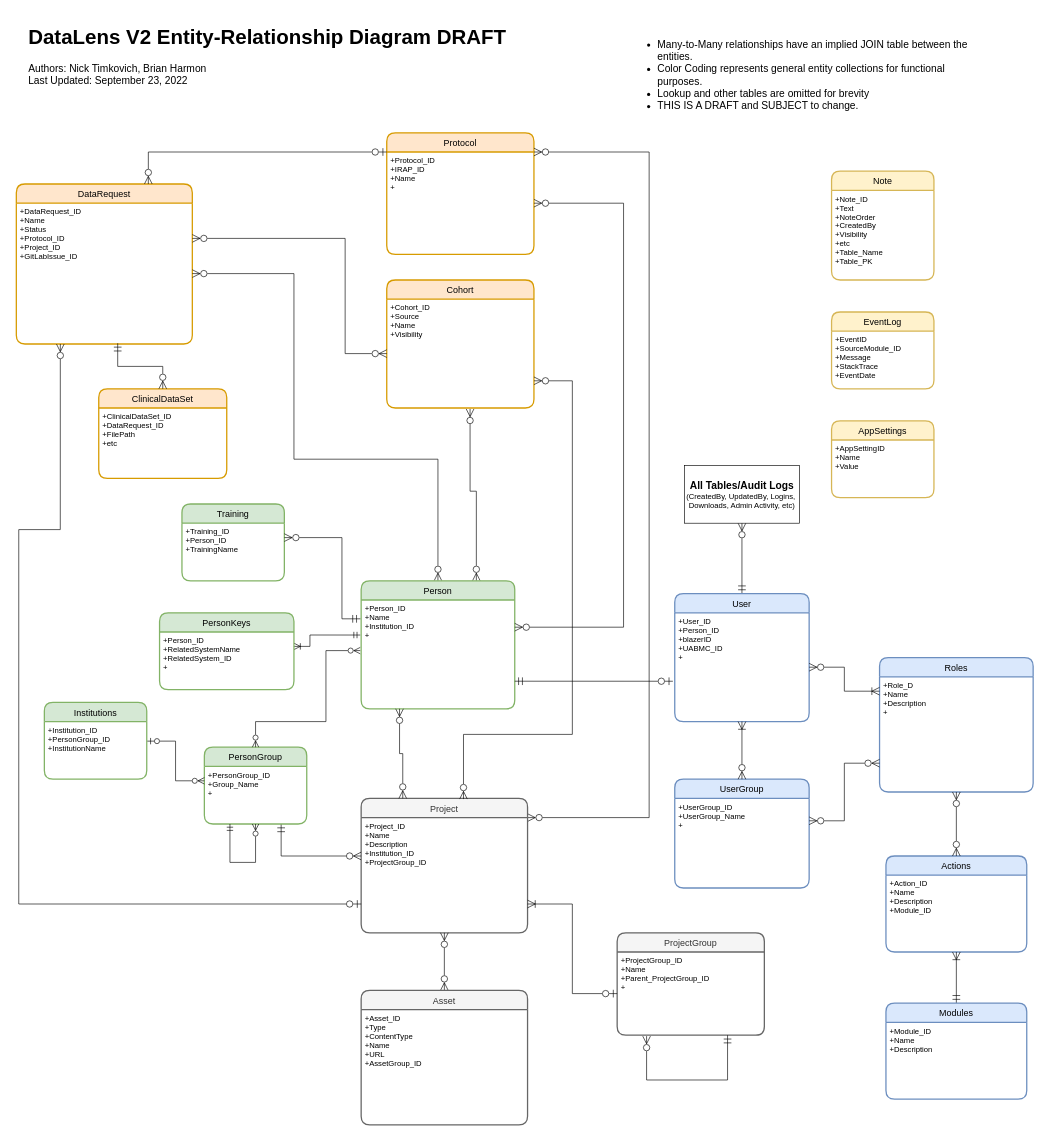
Above: page "Expanded with no Junction Tables" (1 of 2) of DataLens V2 ERD.drawio in ntimkovich/UAB-II-Diagrams (draw.io), before the change. Source tidied: cells renumbered, new cells numbered last; positions are measured from the earlier drawing's top-left corner, leaving out a move shared by most shapes. Both pictures are drawn from the tidied source at 64%, with x=0, y=0 at pixel (16, 17).
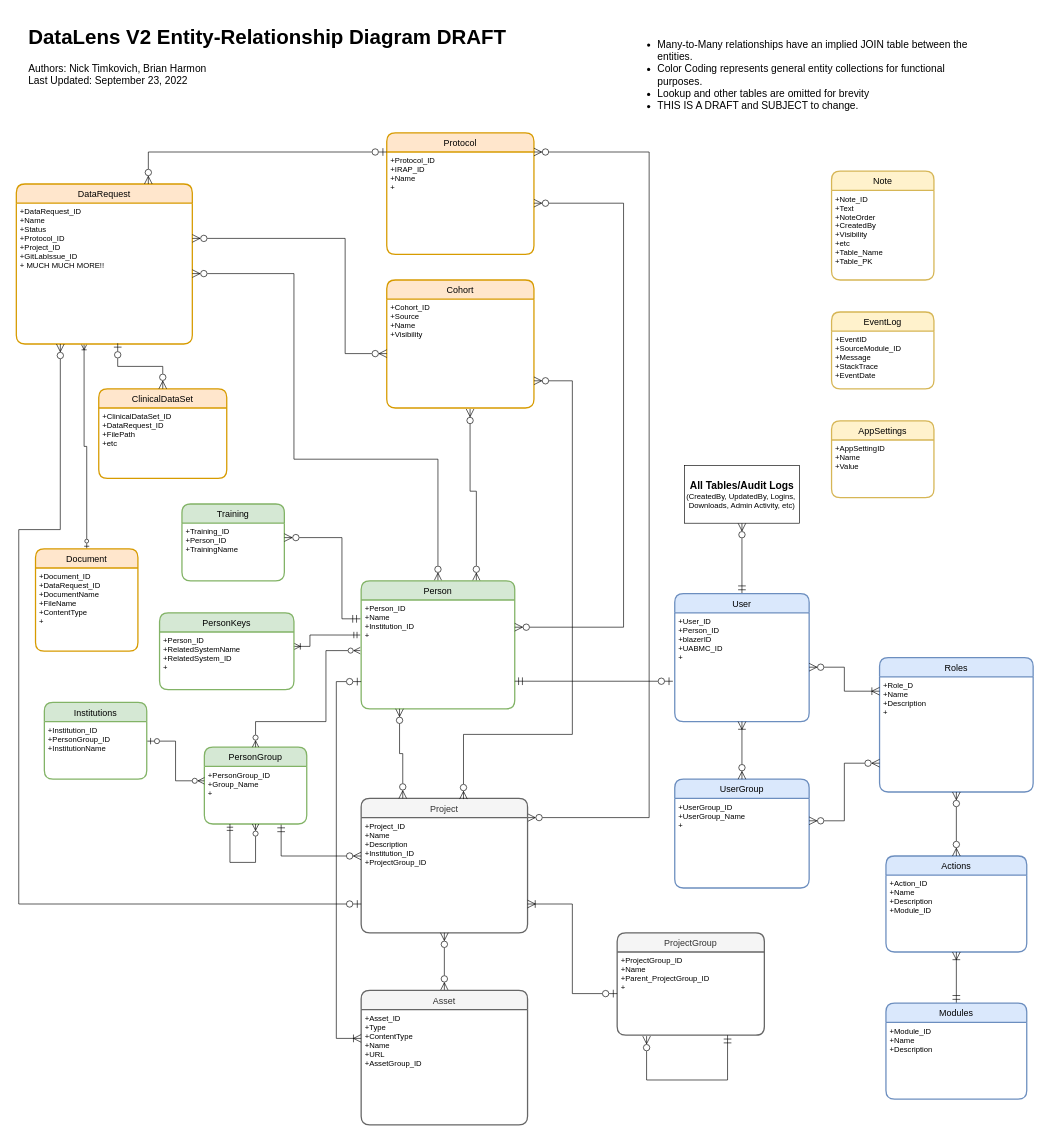
The same diagram, later.

Commit message:
Changes from comments during 9-27-2022 team meeting on the ERD

Unchanged cells that the change refers to:
```xml
<mxCell id="2" value="DataRequest" style="swimlane;horizontal=1;startSize=30;rounded=1;fontSize=14;fontStyle=0;strokeWidth=2;shadow=0;dashed=0;align=center;fillColor=#ffe6cc;strokeColor=#d79b00;" parent="1" vertex="1">
  <mxGeometry y="260" width="275" height="250" as="geometry" />
</mxCell>
<mxCell id="11" value="+Person_ID&#10;+Name&#10;+Institution_ID&#10;+" style="align=left;strokeColor=none;fillColor=none;spacingLeft=4;fontSize=12;verticalAlign=top;" parent="10" vertex="1">
  <mxGeometry y="30" width="240" height="170" as="geometry" />
</mxCell>
<mxCell id="23" value="+Asset_ID&#10;+Type&#10;+ContentType&#10;+Name&#10;+URL&#10;+AssetGroup_ID" style="align=left;strokeColor=none;fillColor=none;spacingLeft=4;fontSize=12;verticalAlign=top;" parent="22" vertex="1">
  <mxGeometry y="30" width="260" height="180" as="geometry" />
</mxCell>
<mxCell id="38" value="ClinicalDataSet" style="swimlane;horizontal=1;startSize=30;rounded=1;fontSize=14;fontStyle=0;strokeWidth=2;shadow=0;dashed=0;align=center;fillColor=#ffe6cc;strokeColor=#d79b00;" parent="1" vertex="1">
  <mxGeometry x="128.8" y="580" width="200" height="140" as="geometry" />
</mxCell>
```

Change to the diagram source:
```diff
@@
-    <mxCell id="3" value="+DataRequest_ID&#10;+Name&#10;+Status&#10;+Protocol_ID&#10;+Project_ID&#10;+GitLabIssue_ID" style="align=left;strokeColor=none;fillColor=none;spacingLeft=4;fontSize=12;verticalAlign=top;" parent="2" vertex="1">
+    <mxCell id="3" value="+DataRequest_ID&#10;+Name&#10;+Status&#10;+Protocol_ID&#10;+Project_ID&#10;+GitLabIssue_ID&#10;+ MUCH MUCH MORE!!" style="align=left;strokeColor=none;fillColor=none;spacingLeft=4;fontSize=12;verticalAlign=top;" parent="2" vertex="1">
       <mxGeometry y="30" width="275" height="220" as="geometry" />
     </mxCell>
@@
-    <mxCell id="40" style="edgeStyle=orthogonalEdgeStyle;rounded=0;jettySize=auto;html=1;entryX=0.5;entryY=0;entryDx=0;entryDy=0;startArrow=ERmandOne;startFill=0;endArrow=ERzeroToMany;endFill=0;endSize=10;startSize=10;exitX=0.576;exitY=0.995;exitDx=0;exitDy=0;exitPerimeter=0;" parent="1" edge="1" source="3" target="38">
+    <mxCell id="40" style="edgeStyle=orthogonalEdgeStyle;rounded=0;jettySize=auto;html=1;entryX=0.5;entryY=0;entryDx=0;entryDy=0;startArrow=ERzeroToOne;startFill=0;endArrow=ERzeroToMany;endFill=0;endSize=10;startSize=10;exitX=0.576;exitY=0.995;exitDx=0;exitDy=0;exitPerimeter=0;" parent="1" edge="1" source="3" target="38">
       <mxGeometry relative="1" as="geometry" />
     </mxCell>
@@
+    <mxCell id="71" style="edgeStyle=orthogonalEdgeStyle;rounded=0;jettySize=auto;html=1;exitX=0.5;exitY=0;exitDx=0;exitDy=0;startArrow=ERzeroToOne;startFill=0;entryX=0.385;entryY=1.005;entryDx=0;entryDy=0;entryPerimeter=0;endArrow=ERoneToMany;endFill=0;" parent="1" edge="1" source="72" target="3">
+      <mxGeometry relative="1" as="geometry" />
+    </mxCell>
+    <mxCell id="72" value="Document" style="swimlane;horizontal=1;startSize=30;rounded=1;fontSize=14;fontStyle=0;strokeWidth=2;shadow=0;dashed=0;align=center;fillColor=#ffe6cc;strokeColor=#d79b00;" parent="1" vertex="1">
+      <mxGeometry x="30" y="830" width="160" height="160" as="geometry" />
+    </mxCell>
+    <mxCell id="73" value="+Document_ID&#10;+DataRequest_ID&#10;+DocumentName&#10;+FileName&#10;+ContentType&#10;+" style="align=left;strokeColor=none;fillColor=none;spacingLeft=4;fontSize=12;verticalAlign=top;" parent="72" vertex="1">
+      <mxGeometry y="30" width="160" height="130" as="geometry" />
+    </mxCell>
+    <mxCell id="74" style="edgeStyle=orthogonalEdgeStyle;rounded=0;jettySize=auto;html=1;exitX=0;exitY=0.75;exitDx=0;exitDy=0;entryX=0;entryY=0.25;entryDx=0;entryDy=0;startArrow=ERzeroToOne;startFill=0;endArrow=ERoneToMany;endFill=0;endSize=10;startSize=10;" parent="1" edge="1" source="11" target="23">
+      <mxGeometry relative="1" as="geometry">
+        <Array as="points">
+          <mxPoint x="500" y="1038" />
+          <mxPoint x="500" y="1595" />
+        </Array>
+      </mxGeometry>
+    </mxCell>
```
